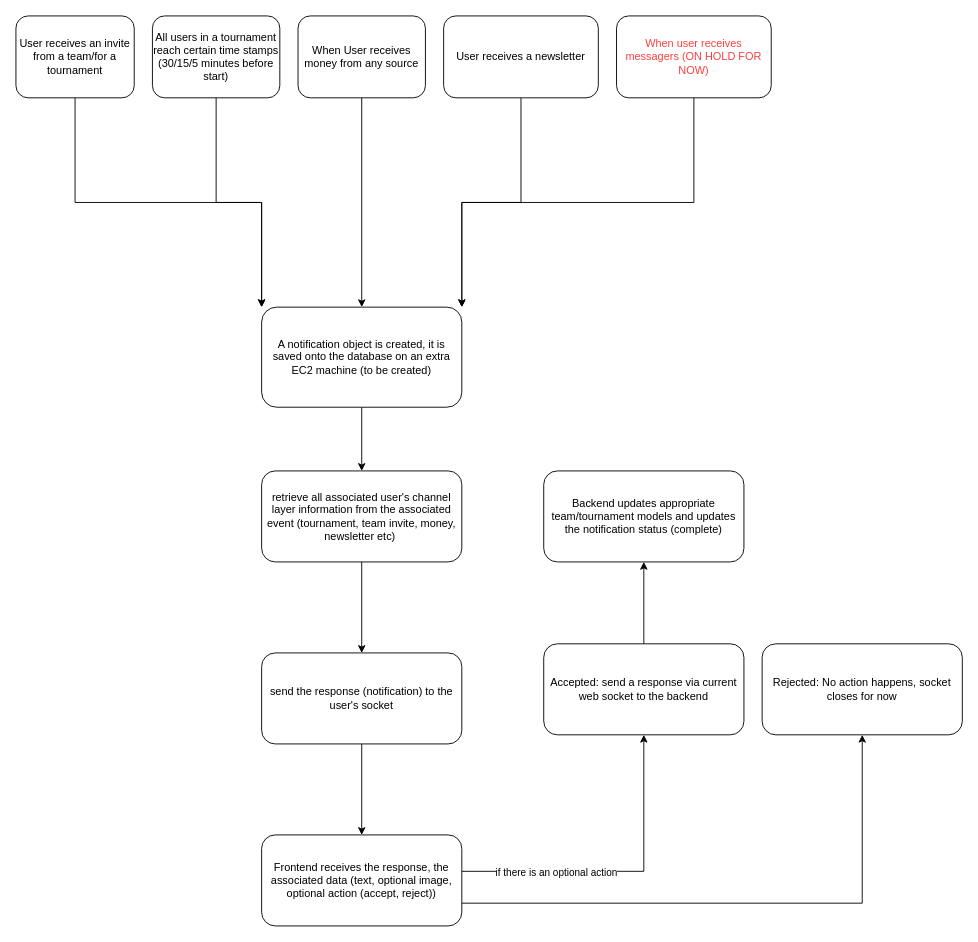
Before: Diagramma senza titolo.drawio in Darkosxl/Visual-Car-Damage-Detection-ML-Project, a draw.io diagram. Source tidied: cells renumbered, new cells numbered last; positions are measured from the earlier drawing's top-left corner, leaving out a move shared by most shapes. Both pictures are drawn from the tidied source at 91%, with x=0, y=0 at pixel (15, 15).
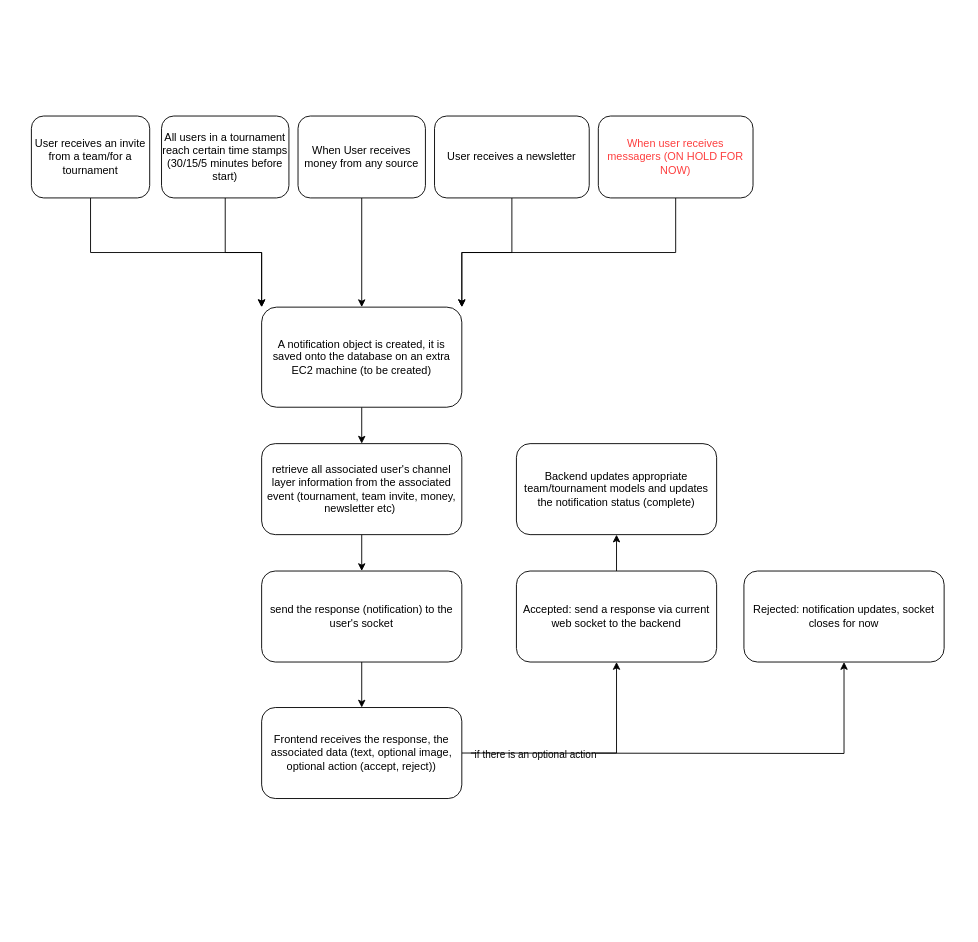
The same page after the edit.

Change to the diagram source:
```diff
@@
     <mxCell id="3" value="When User receives money from any source" style="rounded=1;whiteSpace=wrap;html=1;" parent="1" vertex="1">
-      <mxGeometry x="310" width="140" height="90" as="geometry" />
+      <mxGeometry x="310" y="110" width="140" height="90" as="geometry" />
     </mxCell>
@@
     <mxCell id="5" value="retrieve all associated user's channel layer information from the associated event (tournament, team invite, money, newsletter etc)&amp;nbsp;" style="rounded=1;whiteSpace=wrap;html=1;" parent="1" vertex="1">
-      <mxGeometry x="270" y="500" width="220" height="100" as="geometry" />
+      <mxGeometry x="270" y="470" width="220" height="100" as="geometry" />
     </mxCell>
@@
     <mxCell id="7" value="send the response (notification) to the user's socket" style="rounded=1;whiteSpace=wrap;html=1;" parent="1" vertex="1">
-      <mxGeometry x="270" y="700" width="220" height="100" as="geometry" />
+      <mxGeometry x="270" y="610" width="220" height="100" as="geometry" />
     </mxCell>
@@
     <mxCell id="9" value="User receives a newsletter" style="rounded=1;whiteSpace=wrap;html=1;" parent="1" vertex="1">
-      <mxGeometry x="470" width="170" height="90" as="geometry" />
+      <mxGeometry x="460" y="110" width="170" height="90" as="geometry" />
     </mxCell>
@@
     <mxCell id="11" value="All users in a tournament reach certain time stamps (30/15/5 minutes before start)" style="rounded=1;whiteSpace=wrap;html=1;" parent="1" vertex="1">
-      <mxGeometry x="150" width="140" height="90" as="geometry" />
+      <mxGeometry x="160" y="110" width="140" height="90" as="geometry" />
     </mxCell>
@@
     <mxCell id="13" value="User receives an invite from a team/for a tournament" style="rounded=1;whiteSpace=wrap;html=1;" parent="1" vertex="1">
-      <mxGeometry width="130" height="90" as="geometry" />
+      <mxGeometry x="17" y="110" width="130" height="90" as="geometry" />
     </mxCell>
@@
     <mxCell id="15" value="&lt;font color=&quot;#fd3f3f&quot;&gt;When user receives messagers (ON HOLD FOR NOW)&lt;/font&gt;" style="rounded=1;whiteSpace=wrap;html=1;" parent="1" vertex="1">
-      <mxGeometry x="660" width="170" height="90" as="geometry" />
+      <mxGeometry x="640" y="110" width="170" height="90" as="geometry" />
     </mxCell>
@@
-    <mxCell id="18" style="edgeStyle=orthogonalEdgeStyle;rounded=0;jettySize=auto;html=1;exitX=1;exitY=0.5;exitDx=0;exitDy=0;entryX=0.5;entryY=1;entryDx=0;entryDy=0;" parent="1" edge="1" target="24">
+    <mxCell id="18" style="edgeStyle=orthogonalEdgeStyle;rounded=0;jettySize=auto;html=1;exitX=1;exitY=0.5;exitDx=0;exitDy=0;entryX=0.5;entryY=1;entryDx=0;entryDy=0;" parent="1" edge="1" source="21" target="24">
       <mxGeometry relative="1" as="geometry">
-        <mxPoint x="490" y="940" as="sourcePoint" />
         <Array as="points">
-          <mxPoint x="690" y="940" />
+          <mxPoint x="660" y="810" />
         </Array>
       </mxGeometry>
     </mxCell>
@@
-    <mxCell id="20" style="edgeStyle=orthogonalEdgeStyle;rounded=0;jettySize=auto;html=1;exitX=1;exitY=0.75;exitDx=0;exitDy=0;entryX=0.5;entryY=1;entryDx=0;entryDy=0;" parent="1" edge="1" source="21" target="22">
-      <mxGeometry relative="1" as="geometry" />
+    <mxCell id="20" style="edgeStyle=orthogonalEdgeStyle;rounded=0;jettySize=auto;html=1;entryX=0.5;entryY=1;entryDx=0;entryDy=0;" parent="1" edge="1" target="22">
+      <mxGeometry relative="1" as="geometry">
+        <mxPoint x="500" y="810" as="sourcePoint" />
+      </mxGeometry>
     </mxCell>
     <mxCell id="21" value="Frontend receives the response, the associated data (text, optional image, optional action (accept, reject))" style="rounded=1;whiteSpace=wrap;html=1;" parent="1" vertex="1">
-      <mxGeometry x="270" y="900" width="220" height="100" as="geometry" />
+      <mxGeometry x="270" y="760" width="220" height="100" as="geometry" />
     </mxCell>
-    <mxCell id="22" value="&lt;div&gt;&lt;span style=&quot;background-color: initial;&quot;&gt;Rejected: No action happens, socket closes for now&lt;/span&gt;&lt;br&gt;&lt;/div&gt;" style="rounded=1;whiteSpace=wrap;html=1;" parent="1" vertex="1">
-      <mxGeometry x="820" y="690" width="220" height="100" as="geometry" />
+    <mxCell id="22" value="&lt;div&gt;&lt;span style=&quot;background-color: initial;&quot;&gt;Rejected: notification updates, socket closes for now&lt;/span&gt;&lt;br&gt;&lt;/div&gt;" style="rounded=1;whiteSpace=wrap;html=1;" parent="1" vertex="1">
+      <mxGeometry x="800" y="610" width="220" height="100" as="geometry" />
     </mxCell>
@@
     <mxCell id="24" value="&lt;div&gt;Accepted: send a response via current web socket to the backend&lt;/div&gt;" style="rounded=1;whiteSpace=wrap;html=1;" parent="1" vertex="1">
-      <mxGeometry x="580" y="690" width="220" height="100" as="geometry" />
+      <mxGeometry x="550" y="610" width="220" height="100" as="geometry" />
     </mxCell>
     <mxCell id="25" value="Backend updates appropriate team/tournament models and updates the notification status (complete)" style="rounded=1;whiteSpace=wrap;html=1;" parent="1" vertex="1">
-      <mxGeometry x="580" y="500" width="220" height="100" as="geometry" />
+      <mxGeometry x="550" y="470" width="220" height="100" as="geometry" />
     </mxCell>
```
